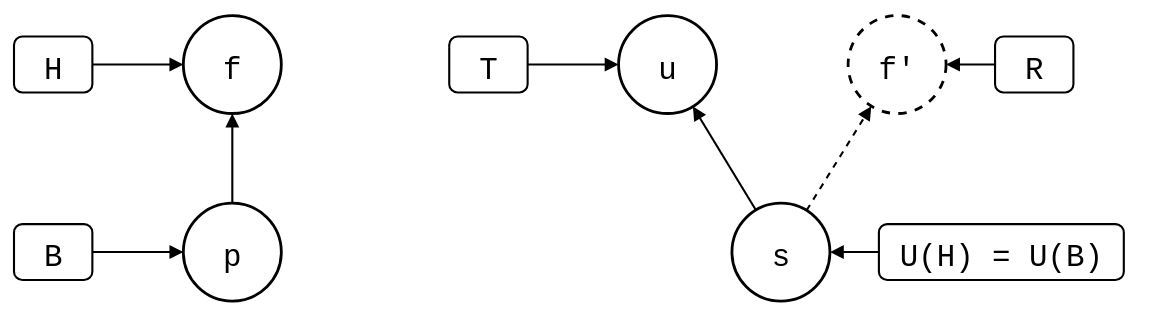
Earlier version of the draw.io export test/walkthrough/diverged.drawio.svg (roschaefer/git-splice). Source tidied: cells renumbered, new cells last; positions are measured from the earlier drawing's top-left corner, leaving out a move shared by most shapes. The source it was exported from:
```xml
<mxGraphModel background="#ffffff">
  <root>
    <mxCell id="0" />
    <mxCell id="1" parent="0" />
    <mxCell id="2" value="p" style="ellipse;strokeWidth=2;fontSize=22;fontFamily=Roboto Mono,monospace;" parent="1" vertex="1">
      <mxGeometry x="121" y="134" width="70" height="70" as="geometry" />
    </mxCell>
    <mxCell id="3" value="f" style="ellipse;strokeWidth=2;fontSize=22;fontFamily=Roboto Mono,monospace;" parent="1" vertex="1">
      <mxGeometry x="121" width="70" height="70" as="geometry" />
    </mxCell>
    <mxCell id="4" value="s" style="ellipse;strokeWidth=2;fontSize=22;fontFamily=Roboto Mono,monospace;" parent="1" vertex="1">
      <mxGeometry x="513" y="134" width="70" height="70" as="geometry" />
    </mxCell>
    <mxCell id="5" value="u" style="ellipse;strokeWidth=2;fontSize=22;fontFamily=Roboto Mono,monospace;" parent="1" vertex="1">
      <mxGeometry x="432" width="70" height="70" as="geometry" />
    </mxCell>
    <mxCell id="6" value="f'" style="ellipse;strokeWidth=2;fontSize=22;fontFamily=Roboto Mono,monospace;dashed=1;" parent="1" vertex="1">
      <mxGeometry x="596" width="70" height="70" as="geometry" />
    </mxCell>
    <mxCell id="7" value="H" style="rounded=1;strokeWidth=1.5;fontSize=22;fontFamily=Roboto Mono,monospace;" parent="1" vertex="1">
      <mxGeometry y="15" width="56" height="40" as="geometry" />
    </mxCell>
    <mxCell id="8" value="B" style="rounded=1;strokeWidth=1.5;fontSize=22;fontFamily=Roboto Mono,monospace;" parent="1" vertex="1">
      <mxGeometry y="149" width="56" height="40" as="geometry" />
    </mxCell>
    <mxCell id="9" value="T" style="rounded=1;strokeWidth=1.5;fontSize=22;fontFamily=Roboto Mono,monospace;" parent="1" vertex="1">
      <mxGeometry x="311" y="15" width="56" height="40" as="geometry" />
    </mxCell>
    <mxCell id="10" value="R" style="rounded=1;strokeWidth=1.5;fontSize=22;fontFamily=Roboto Mono,monospace;" parent="1" vertex="1">
      <mxGeometry x="701" y="15" width="56" height="40" as="geometry" />
    </mxCell>
    <mxCell id="11" value="U(H) = U(B)" style="rounded=1;strokeWidth=1.5;fontSize=22;fontFamily=Roboto Mono,monospace;" parent="1" vertex="1">
      <mxGeometry x="618" y="149" width="175" height="40" as="geometry" />
    </mxCell>
    <mxCell id="12" style="endArrow=block;endFill=1;html=1;strokeWidth=1.5;rounded=0;" parent="1" edge="1" source="2" target="3">
      <mxGeometry relative="1" as="geometry" />
    </mxCell>
    <mxCell id="13" style="endArrow=block;endFill=1;html=1;strokeWidth=1.5;rounded=0;" parent="1" edge="1" source="4" target="5">
      <mxGeometry relative="1" as="geometry" />
    </mxCell>
    <mxCell id="14" style="endArrow=block;endFill=1;html=1;strokeWidth=1.5;rounded=0;dashed=1;" parent="1" edge="1" source="4" target="6">
      <mxGeometry relative="1" as="geometry" />
    </mxCell>
    <mxCell id="15" style="endArrow=block;endFill=1;html=1;strokeWidth=1.5;rounded=0;" parent="1" edge="1" source="7" target="3">
      <mxGeometry relative="1" as="geometry" />
    </mxCell>
    <mxCell id="16" style="endArrow=block;endFill=1;html=1;strokeWidth=1.5;rounded=0;" parent="1" edge="1" source="8" target="2">
      <mxGeometry relative="1" as="geometry" />
    </mxCell>
    <mxCell id="17" style="endArrow=block;endFill=1;html=1;strokeWidth=1.5;rounded=0;" parent="1" edge="1" source="9" target="5">
      <mxGeometry relative="1" as="geometry" />
    </mxCell>
    <mxCell id="18" style="endArrow=block;endFill=1;html=1;strokeWidth=1.5;rounded=0;" parent="1" edge="1" source="10" target="6">
      <mxGeometry relative="1" as="geometry" />
    </mxCell>
    <mxCell id="19" style="endArrow=block;endFill=1;html=1;strokeWidth=1.5;rounded=0;" parent="1" edge="1" source="11" target="4">
      <mxGeometry relative="1" as="geometry" />
    </mxCell>
  </root>
</mxGraphModel>
```
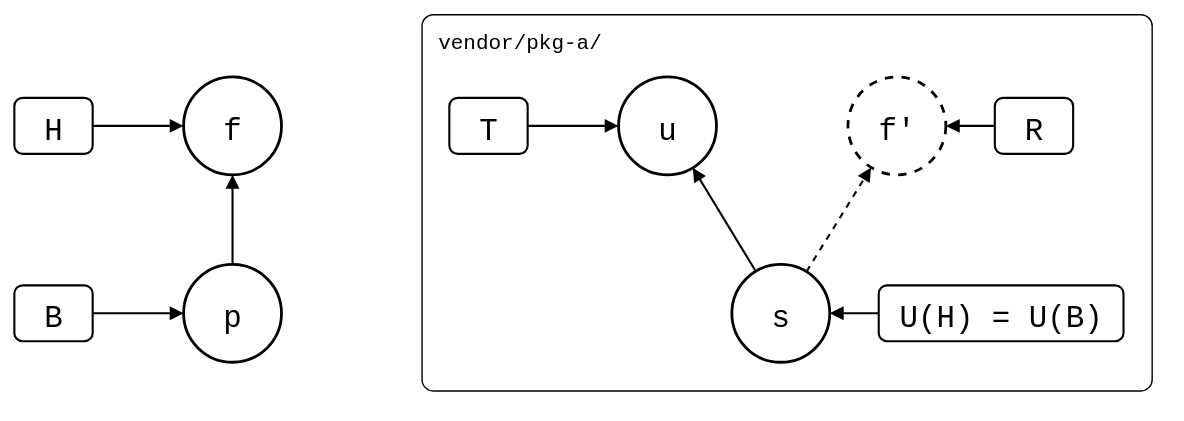
The same diagram one commit later.

Diff of the diagram source:
```diff
@@ -2,6 +2,9 @@
   <root>
     <mxCell id="0" />
     <mxCell id="1" parent="0" />
+    <mxCell id="20" value="vendor/pkg-a/" style="rounded=1;arcSize=3;fillColor=none;strokeWidth=1;fontSize=15;verticalAlign=top;align=left;spacingLeft=10;spacingTop=4;fontFamily=Roboto Mono,monospace;" parent="1" vertex="1">
+      <mxGeometry x="291" y="-45" width="522" height="269" as="geometry" />
+    </mxCell>
     <mxCell id="2" value="p" style="ellipse;strokeWidth=2;fontSize=22;fontFamily=Roboto Mono,monospace;" parent="1" vertex="1">
       <mxGeometry x="121" y="134" width="70" height="70" as="geometry" />
     </mxCell>
```
